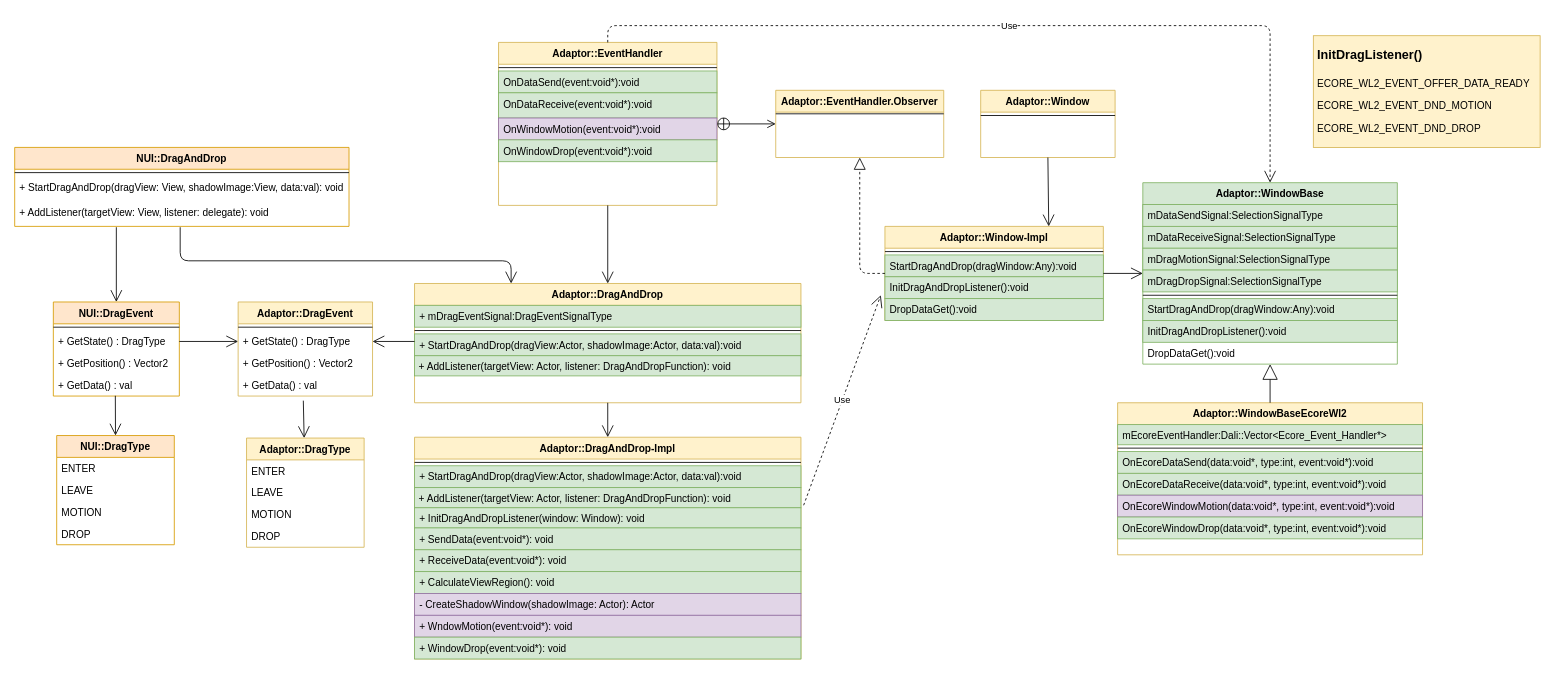
Before: page "Page-4" (4 of 10) of Untitled Diagram.drawio in taehyub/drawio, a draw.io diagram. Source tidied: cells renumbered, new cells numbered last; positions are measured from the earlier drawing's top-left corner, leaving out a move shared by most shapes. Both pictures are drawn from the tidied source at 84%, with x=0, y=0 at pixel (14, 25).
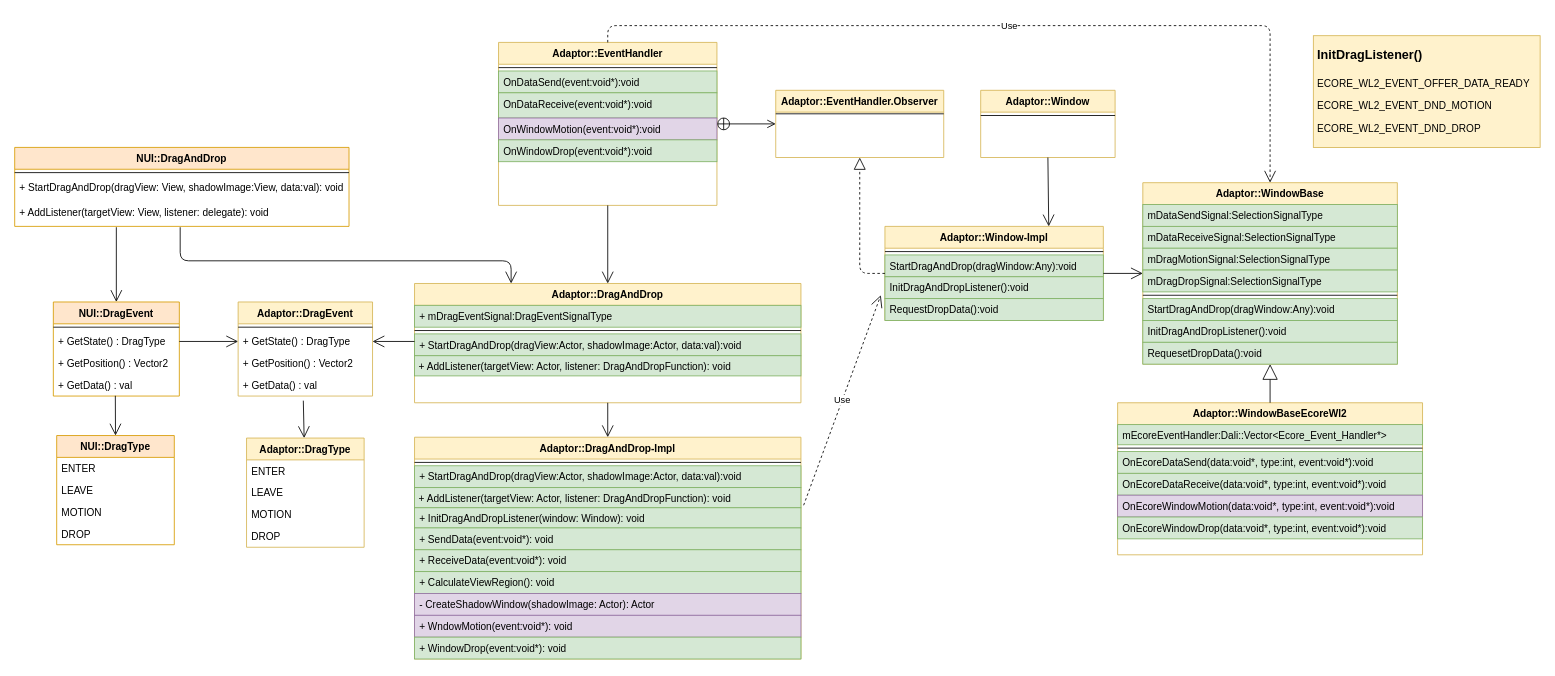
Above is the later version.

Unchanged cells that the change refers to:
```xml
<mxCell id="40" value="Adaptor::Window-Impl&#10;" style="swimlane;fontStyle=1;align=center;verticalAlign=top;horizontal=1;startSize=26;rounded=0;shadow=0;strokeWidth=1;fillColor=#fff2cc;strokeColor=#d6b656;" parent="1" vertex="1">
  <mxGeometry x="1036" y="239" width="260" height="112" as="geometry" />
</mxCell>
```

What changed in the source:
```diff
@@
-    <mxCell id="22" value="Adaptor::WindowBase" style="swimlane;fontStyle=1;align=center;verticalAlign=top;horizontal=1;startSize=26;rounded=0;shadow=0;strokeWidth=1;fillColor=#d5e8d4;strokeColor=#82b366;" parent="1" vertex="1">
+    <mxCell id="22" value="Adaptor::WindowBase" style="swimlane;fontStyle=1;align=center;verticalAlign=top;horizontal=1;startSize=26;rounded=0;shadow=0;strokeWidth=1;fillColor=#fff2cc;strokeColor=#d6b656;" parent="1" vertex="1">
       <mxGeometry x="1343" y="187" width="303" height="216" as="geometry" />
     </mxCell>
@@
-    <mxCell id="30" value="DropDataGet():void" style="text;strokeColor=none;fillColor=none;align=left;verticalAlign=top;spacingLeft=4;spacingRight=4;overflow=hidden;hachureGap=4;" parent="22" vertex="1">
+    <mxCell id="30" value="RequesetDropData():void" style="text;strokeColor=#82b366;fillColor=#d5e8d4;align=left;verticalAlign=top;spacingLeft=4;spacingRight=4;overflow=hidden;hachureGap=4;" parent="22" vertex="1">
       <mxGeometry y="190" width="303" height="26" as="geometry" />
     </mxCell>
@@
-    <mxCell id="44" value="DropDataGet():void" style="text;strokeColor=#82b366;fillColor=#d5e8d4;align=left;verticalAlign=top;spacingLeft=4;spacingRight=4;overflow=hidden;hachureGap=4;" parent="40" vertex="1">
+    <mxCell id="44" value="RequestDropData():void" style="text;strokeColor=#82b366;fillColor=#d5e8d4;align=left;verticalAlign=top;spacingLeft=4;spacingRight=4;overflow=hidden;hachureGap=4;" parent="40" vertex="1">
       <mxGeometry y="86" width="260" height="26" as="geometry" />
     </mxCell>
```
